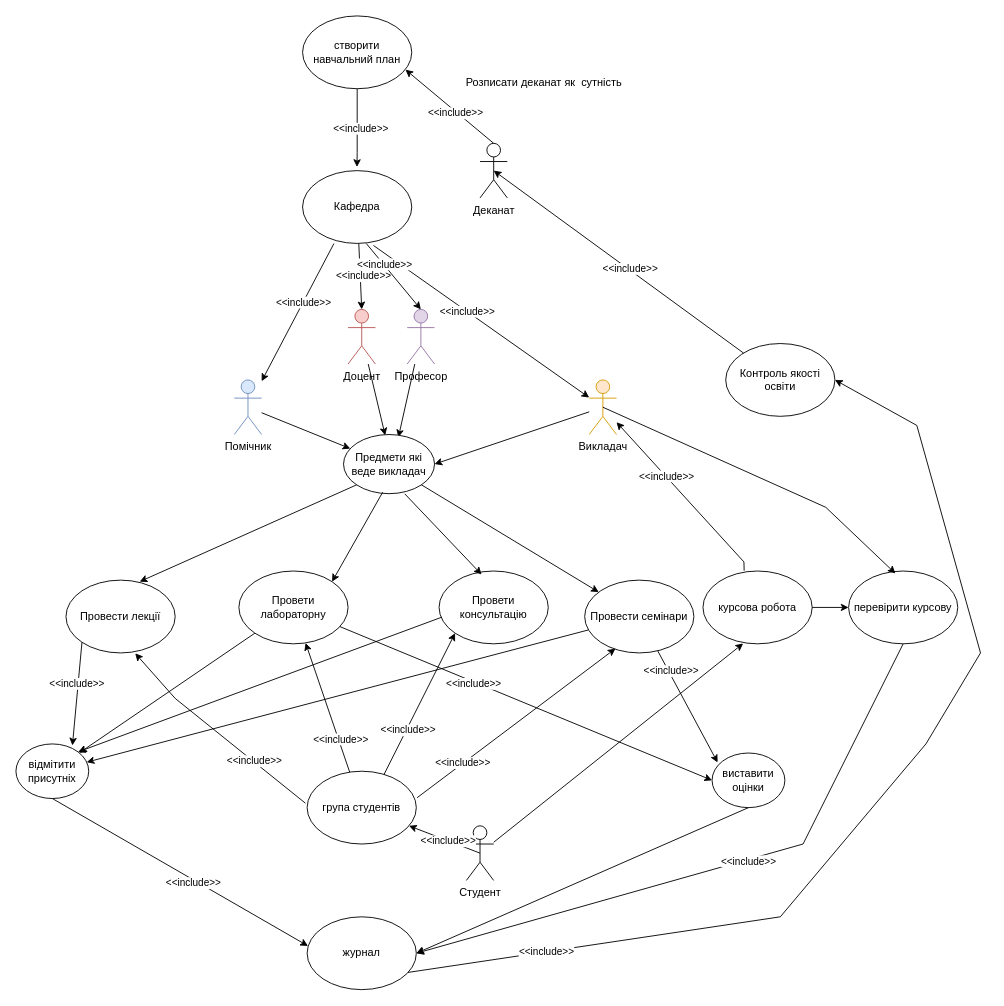
The draw.io diagram diagram.drawio in playerunknow/Diagrams, before the edit. Source tidied: cells renumbered, new cells numbered last; positions are measured from the earlier drawing's top-left corner, leaving out a move shared by most shapes. Both pictures are drawn from the tidied source at 91%, with x=0, y=0 at pixel (15, 15).
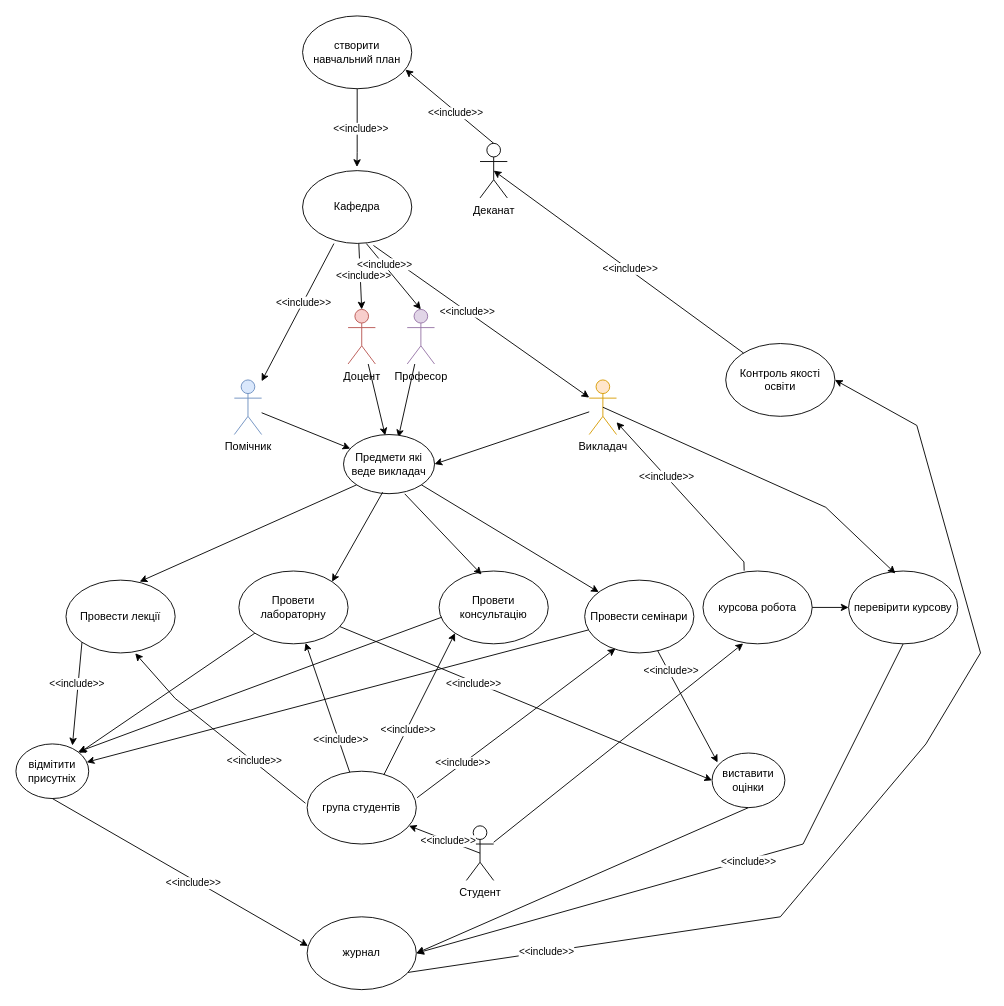
After the change.

The edit, as a diff of the source:
```diff
@@
-    <mxCell id="75" value="Розписати деканат як&amp;nbsp; сутність&lt;br&gt;" style="text;html=1;align=center;verticalAlign=middle;strokeColor=none;fillColor=none;" parent="1" vertex="1">
-      <mxGeometry x="485" y="58" width="190" height="30" as="geometry" />
-    </mxCell>
```
